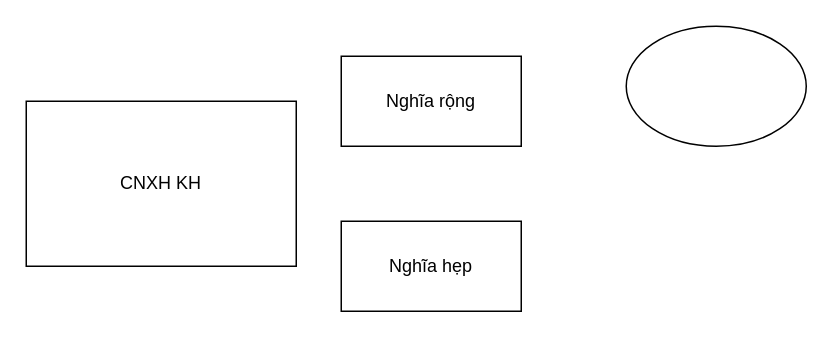
Above: Untitled Diagram.drawio in VgQ8Auk/VgQ8Auk (draw.io), before the change. Source tidied: cells renumbered, new cells numbered last; positions are measured from the earlier drawing's top-left corner, leaving out a move shared by most shapes. Both pictures are drawn from the tidied source at 150%, with x=0, y=0 at pixel (26, 26).
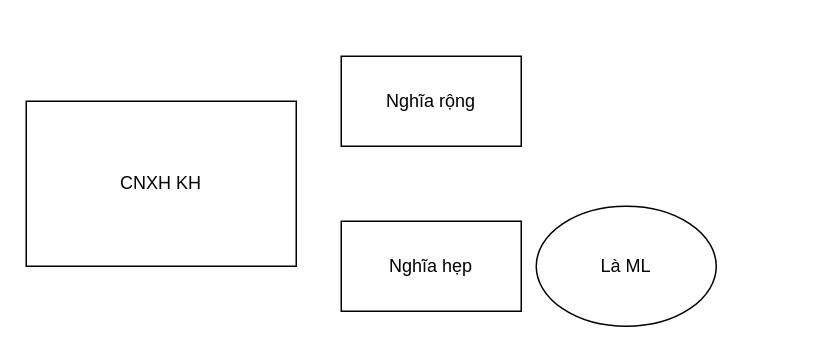
After the change.

Change to the diagram source:
```diff
@@
 <mxGraphModel>
   <root>
     <mxCell id="0" />
     <mxCell id="1" parent="0" />
     <mxCell id="2" value="CNXH KH" style="rounded=0;whiteSpace=wrap;html=1;" parent="1" vertex="1">
       <mxGeometry y="50" width="180" height="110" as="geometry" />
     </mxCell>
     <mxCell id="3" value="Nghĩa rộng" style="rounded=0;whiteSpace=wrap;html=1;" parent="1" vertex="1">
       <mxGeometry x="210" y="20" width="120" height="60" as="geometry" />
     </mxCell>
     <mxCell id="4" value="&lt;div&gt;Nghĩa hẹp&lt;/div&gt;" style="rounded=0;whiteSpace=wrap;html=1;" parent="1" vertex="1">
       <mxGeometry x="210" y="130" width="120" height="60" as="geometry" />
     </mxCell>
-    <mxCell id="5" style="ellipse;whiteSpace=wrap;html=1;" parent="1" vertex="1">
-      <mxGeometry x="400" width="120" height="80" as="geometry" />
+    <mxCell id="5" value="Là ML" style="ellipse;whiteSpace=wrap;html=1;" parent="1" vertex="1">
+      <mxGeometry x="340" y="120" width="120" height="80" as="geometry" />
     </mxCell>
   </root>
 </mxGraphModel>
```
